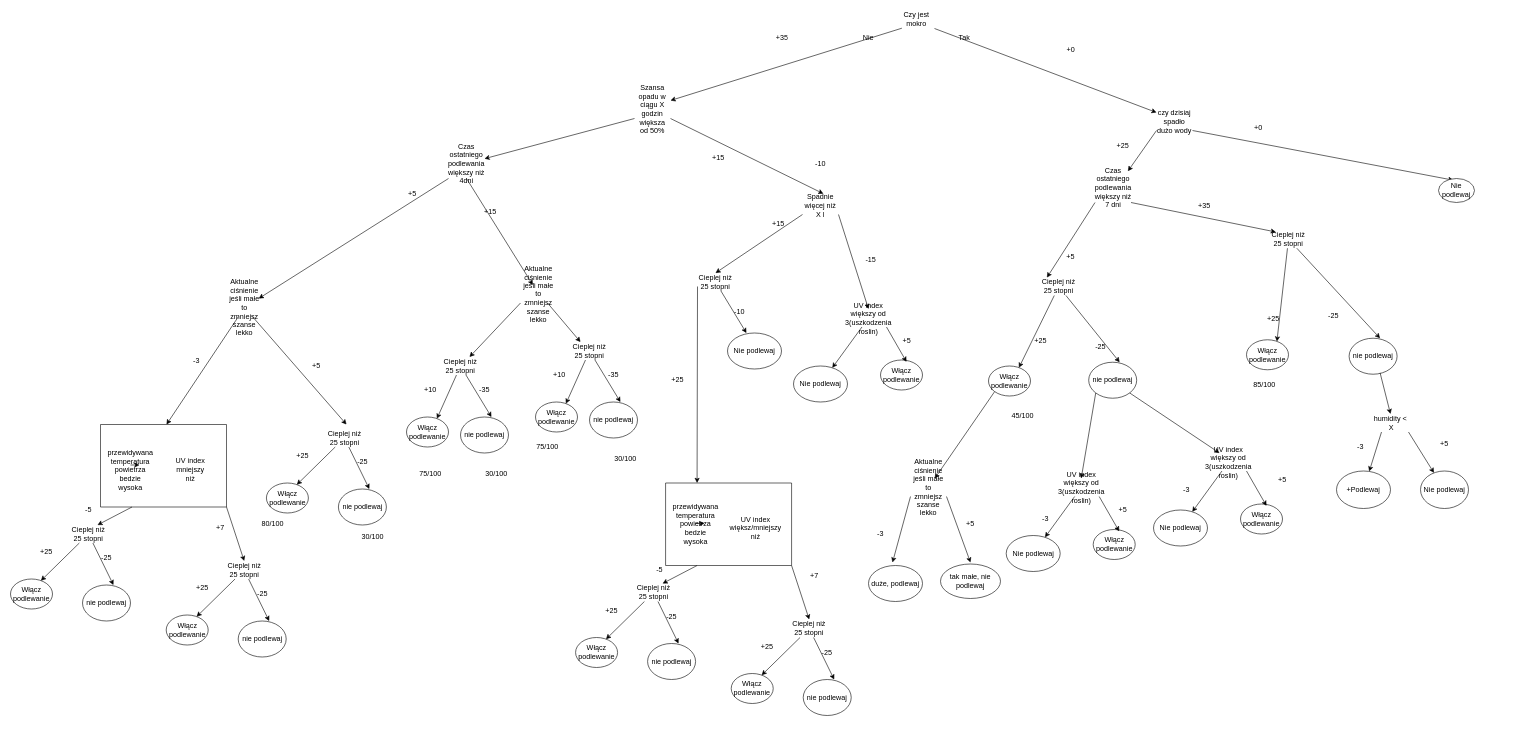
Earlier version of the draw.io diagram page "Diagram" (5 of 5) of conditional-probability.drawio (damiantomczyszyn/Irrigation-System). Source tidied: cells renumbered, new cells numbered last; positions are measured from the earlier drawing's top-left corner, leaving out a move shared by most shapes. Both pictures are drawn from the tidied source at 60%, with x=0, y=0 at pixel (10, 10).
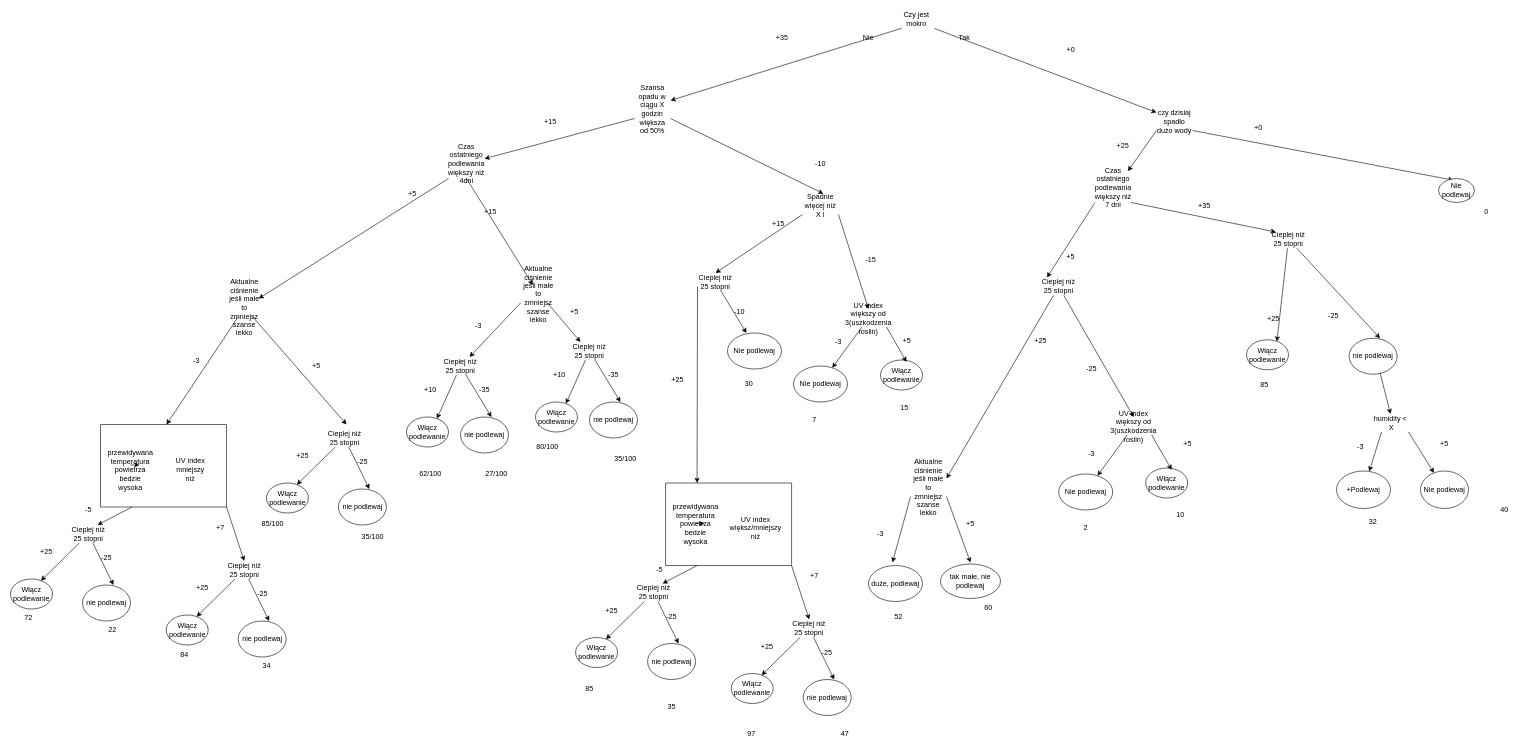
Above is the later version.

Commit message:
probability tree with sum and all values

The change refers to these unchanged cells:
```xml
<mxCell id="35" value="Cieplej niż 25 stopni" style="text;html=1;strokeColor=none;fillColor=none;align=center;verticalAlign=middle;whiteSpace=wrap;rounded=0;" parent="1" vertex="1">
  <mxGeometry x="1717" y="445" width="60" height="30" as="geometry" />
</mxCell>
<mxCell id="132" value="Aktualne ciśnienie jeśli małe to zmniejsz szanse lekko" style="text;html=1;strokeColor=none;fillColor=none;align=center;verticalAlign=middle;whiteSpace=wrap;rounded=0;" parent="1" vertex="1">
  <mxGeometry x="1500" y="780" width="60" height="30" as="geometry" />
</mxCell>
```

The edit, as a diff of the source:
```diff
@@
     <mxCell id="23" value="+15" style="text;html=1;strokeColor=none;fillColor=none;align=center;verticalAlign=middle;whiteSpace=wrap;rounded=0;" parent="1" vertex="1">
-      <mxGeometry x="1150" y="230" width="60" height="30" as="geometry" />
+      <mxGeometry x="870" y="170" width="60" height="30" as="geometry" />
     </mxCell>
@@
-    <mxCell id="36" style="endArrow=classic;html=1;rounded=0;entryX=0.645;entryY=0.001;entryDx=0;entryDy=0;entryPerimeter=0;" parent="1" edge="1" source="35" target="41">
+    <mxCell id="36" style="endArrow=classic;html=1;rounded=0;entryX=0.5;entryY=0;entryDx=0;entryDy=0;" parent="1" edge="1" source="35" target="121">
       <mxGeometry relative="1" as="geometry" />
     </mxCell>
-    <mxCell id="37" style="endArrow=classic;html=1;rounded=0;entryX=0.724;entryY=0.057;entryDx=0;entryDy=0;entryPerimeter=0;" parent="1" edge="1" source="35" target="38">
+    <mxCell id="37" style="endArrow=classic;html=1;rounded=0;entryX=1;entryY=0;entryDx=0;entryDy=0;" parent="1" edge="1" source="35" target="132">
       <mxGeometry relative="1" as="geometry" />
     </mxCell>
-    <mxCell id="38" value="Włącz podlewanie" style="ellipse;whiteSpace=wrap;html=1;" parent="1" vertex="1">
-      <mxGeometry x="1630" y="592.5" width="70" height="50" as="geometry" />
-    </mxCell>
@@
     <mxCell id="40" value="-25" style="text;html=1;strokeColor=none;fillColor=none;align=center;verticalAlign=middle;whiteSpace=wrap;rounded=0;" parent="1" vertex="1">
-      <mxGeometry x="1787" y="546.2" width="60" height="30" as="geometry" />
+      <mxGeometry x="1772" y="582.5" width="60" height="30" as="geometry" />
     </mxCell>
-    <mxCell id="41" value="nie podlewaj" style="ellipse;whiteSpace=wrap;html=1;" parent="1" vertex="1">
-      <mxGeometry x="1797" y="586.2" width="80" height="60" as="geometry" />
-    </mxCell>
@@
-    <mxCell id="62" value="75/100" style="text;html=1;strokeColor=none;fillColor=none;align=center;verticalAlign=middle;whiteSpace=wrap;rounded=0;" parent="1" vertex="1">
+    <mxCell id="62" value="80/100" style="text;html=1;strokeColor=none;fillColor=none;align=center;verticalAlign=middle;whiteSpace=wrap;rounded=0;" parent="1" vertex="1">
       <mxGeometry x="865" y="712.5" width="60" height="30" as="geometry" />
     </mxCell>
-    <mxCell id="63" value="30/100" style="text;html=1;strokeColor=none;fillColor=none;align=center;verticalAlign=middle;whiteSpace=wrap;rounded=0;" parent="1" vertex="1">
+    <mxCell id="63" value="35/100" style="text;html=1;strokeColor=none;fillColor=none;align=center;verticalAlign=middle;whiteSpace=wrap;rounded=0;" parent="1" vertex="1">
       <mxGeometry x="995" y="732.5" width="60" height="30" as="geometry" />
     </mxCell>
-    <mxCell id="64" value="45/100" style="text;html=1;strokeColor=none;fillColor=none;align=center;verticalAlign=middle;whiteSpace=wrap;rounded=0;" parent="1" vertex="1">
-      <mxGeometry x="1657" y="661.2" width="60" height="30" as="geometry" />
-    </mxCell>
-    <mxCell id="65" value="85/100" style="text;html=1;strokeColor=none;fillColor=none;align=center;verticalAlign=middle;whiteSpace=wrap;rounded=0;" parent="1" vertex="1">
+    <mxCell id="65" value="85" style="text;html=1;strokeColor=none;fillColor=none;align=center;verticalAlign=middle;whiteSpace=wrap;rounded=0;" parent="1" vertex="1">
       <mxGeometry x="2060" y="608.8" width="60" height="30" as="geometry" />
     </mxCell>
@@
-    <mxCell id="81" value="75/100" style="text;html=1;strokeColor=none;fillColor=none;align=center;verticalAlign=middle;whiteSpace=wrap;rounded=0;" parent="1" vertex="1">
+    <mxCell id="81" value="62/100" style="text;html=1;strokeColor=none;fillColor=none;align=center;verticalAlign=middle;whiteSpace=wrap;rounded=0;" parent="1" vertex="1">
       <mxGeometry x="670" y="757.5" width="60" height="30" as="geometry" />
     </mxCell>
-    <mxCell id="82" value="30/100" style="text;html=1;strokeColor=none;fillColor=none;align=center;verticalAlign=middle;whiteSpace=wrap;rounded=0;" parent="1" vertex="1">
+    <mxCell id="82" value="&lt;div&gt;27/100&lt;/div&gt;" style="text;html=1;strokeColor=none;fillColor=none;align=center;verticalAlign=middle;whiteSpace=wrap;rounded=0;" parent="1" vertex="1">
       <mxGeometry x="780" y="757.5" width="60" height="30" as="geometry" />
     </mxCell>
@@
-    <mxCell id="103" value="80/100" style="text;html=1;strokeColor=none;fillColor=none;align=center;verticalAlign=middle;whiteSpace=wrap;rounded=0;" parent="1" vertex="1">
+    <mxCell id="103" value="85/100" style="text;html=1;strokeColor=none;fillColor=none;align=center;verticalAlign=middle;whiteSpace=wrap;rounded=0;" parent="1" vertex="1">
       <mxGeometry x="406.5" y="840" width="60" height="30" as="geometry" />
     </mxCell>
-    <mxCell id="104" value="30/100" style="text;html=1;strokeColor=none;fillColor=none;align=center;verticalAlign=middle;whiteSpace=wrap;rounded=0;" parent="1" vertex="1">
+    <mxCell id="104" value="35/100" style="text;html=1;strokeColor=none;fillColor=none;align=center;verticalAlign=middle;whiteSpace=wrap;rounded=0;" parent="1" vertex="1">
       <mxGeometry x="573.5" y="862.5" width="60" height="30" as="geometry" />
     </mxCell>
@@
     <mxCell id="120" value="Nie podlewaj" style="ellipse;whiteSpace=wrap;html=1;" parent="1" vertex="1">
-      <mxGeometry x="1905" y="832.5" width="90" height="60" as="geometry" />
+      <mxGeometry x="1747" y="772.5" width="90" height="60" as="geometry" />
     </mxCell>
     <mxCell id="121" value="UV index większy od 3(uszkodzenia roslin)" style="text;html=1;strokeColor=none;fillColor=none;align=center;verticalAlign=middle;whiteSpace=wrap;rounded=0;" parent="1" vertex="1">
-      <mxGeometry x="2000" y="737.5" width="60" height="30" as="geometry" />
+      <mxGeometry x="1842" y="677.5" width="60" height="30" as="geometry" />
     </mxCell>
@@
     <mxCell id="123" value="Włącz podlewanie" style="ellipse;whiteSpace=wrap;html=1;" parent="1" vertex="1">
-      <mxGeometry x="2050" y="822.5" width="70" height="50" as="geometry" />
+      <mxGeometry x="1892" y="762.5" width="70" height="50" as="geometry" />
     </mxCell>
@@
-    <mxCell id="125" value="Nie podlewaj" style="ellipse;whiteSpace=wrap;html=1;" parent="1" vertex="1">
-      <mxGeometry x="1659.5" y="875" width="90" height="60" as="geometry" />
-    </mxCell>
-    <mxCell id="126" value="UV index większy od 3(uszkodzenia roslin)" style="text;html=1;strokeColor=none;fillColor=none;align=center;verticalAlign=middle;whiteSpace=wrap;rounded=0;" parent="1" vertex="1">
-      <mxGeometry x="1754.5" y="780" width="60" height="30" as="geometry" />
-    </mxCell>
-    <mxCell id="127" style="endArrow=classic;html=1;rounded=0;" parent="1" edge="1" source="126" target="125">
-      <mxGeometry relative="1" as="geometry" />
-    </mxCell>
-    <mxCell id="128" value="Włącz podlewanie" style="ellipse;whiteSpace=wrap;html=1;" parent="1" vertex="1">
-      <mxGeometry x="1804.5" y="865" width="70" height="50" as="geometry" />
-    </mxCell>
-    <mxCell id="129" style="endArrow=classic;html=1;rounded=0;exitX=1;exitY=1;exitDx=0;exitDy=0;entryX=0.619;entryY=0.061;entryDx=0;entryDy=0;entryPerimeter=0;" parent="1" edge="1" source="126" target="128">
-      <mxGeometry relative="1" as="geometry" />
-    </mxCell>
-    <mxCell id="130" style="endArrow=classic;html=1;rounded=0;exitX=1;exitY=1;exitDx=0;exitDy=0;entryX=0.25;entryY=0;entryDx=0;entryDy=0;" parent="1" edge="1" source="41" target="121">
-      <mxGeometry relative="1" as="geometry" />
-    </mxCell>
-    <mxCell id="131" style="endArrow=classic;html=1;rounded=0;exitX=0;exitY=1;exitDx=0;exitDy=0;entryX=0.5;entryY=0;entryDx=0;entryDy=0;" parent="1" edge="1" source="41" target="126">
-      <mxGeometry relative="1" as="geometry" />
-    </mxCell>
@@
-    <mxCell id="133" style="endArrow=classic;html=1;rounded=0;exitX=0;exitY=1;exitDx=0;exitDy=0;" parent="1" edge="1" source="38" target="132">
-      <mxGeometry relative="1" as="geometry" />
-    </mxCell>
@@
-    <mxCell id="160" value="+5" style="text;html=1;strokeColor=none;fillColor=none;align=center;verticalAlign=middle;whiteSpace=wrap;rounded=0;" parent="1" vertex="1">
-      <mxGeometry x="1824" y="817.5" width="60" height="30" as="geometry" />
-    </mxCell>
     <mxCell id="161" value="+5" style="text;html=1;strokeColor=none;fillColor=none;align=center;verticalAlign=middle;whiteSpace=wrap;rounded=0;" parent="1" vertex="1">
-      <mxGeometry x="2090" y="767.5" width="60" height="30" as="geometry" />
+      <mxGeometry x="1932" y="707.5" width="60" height="30" as="geometry" />
     </mxCell>
@@
-    <mxCell id="167" value="-3" style="text;html=1;strokeColor=none;fillColor=none;align=center;verticalAlign=middle;whiteSpace=wrap;rounded=0;" parent="1" vertex="1">
-      <mxGeometry x="1694.5" y="832.5" width="60" height="30" as="geometry" />
-    </mxCell>
     <mxCell id="168" value="-3" style="text;html=1;strokeColor=none;fillColor=none;align=center;verticalAlign=middle;whiteSpace=wrap;rounded=0;" parent="1" vertex="1">
-      <mxGeometry x="1930" y="783.8" width="60" height="30" as="geometry" />
+      <mxGeometry x="1772" y="723.8" width="60" height="30" as="geometry" />
     </mxCell>
@@
+    <mxCell id="160" value="+5" style="text;html=1;strokeColor=none;fillColor=none;align=center;verticalAlign=middle;whiteSpace=wrap;rounded=0;" parent="1" vertex="1">
+      <mxGeometry x="910" y="487.5" width="60" height="30" as="geometry" />
+    </mxCell>
+    <mxCell id="174" value="-3" style="text;html=1;strokeColor=none;fillColor=none;align=center;verticalAlign=middle;whiteSpace=wrap;rounded=0;" parent="1" vertex="1">
+      <mxGeometry x="750" y="510" width="60" height="30" as="geometry" />
+    </mxCell>
+    <mxCell id="175" value="0" style="text;html=1;strokeColor=none;fillColor=none;align=center;verticalAlign=middle;whiteSpace=wrap;rounded=0;" parent="1" vertex="1">
+      <mxGeometry x="2430" y="320" width="60" height="30" as="geometry" />
+    </mxCell>
+    <mxCell id="176" value="40" style="text;html=1;strokeColor=none;fillColor=none;align=center;verticalAlign=middle;whiteSpace=wrap;rounded=0;" parent="1" vertex="1">
+      <mxGeometry x="2460" y="817.5" width="60" height="30" as="geometry" />
+    </mxCell>
+    <mxCell id="177" value="32" style="text;html=1;strokeColor=none;fillColor=none;align=center;verticalAlign=middle;whiteSpace=wrap;rounded=0;" parent="1" vertex="1">
+      <mxGeometry x="2241" y="837.5" width="60" height="30" as="geometry" />
+    </mxCell>
+    <mxCell id="178" value="10" style="text;html=1;strokeColor=none;fillColor=none;align=center;verticalAlign=middle;whiteSpace=wrap;rounded=0;" parent="1" vertex="1">
+      <mxGeometry x="1920" y="825" width="60" height="30" as="geometry" />
+    </mxCell>
+    <mxCell id="179" value="2" style="text;html=1;strokeColor=none;fillColor=none;align=center;verticalAlign=middle;whiteSpace=wrap;rounded=0;" parent="1" vertex="1">
+      <mxGeometry x="1762" y="847.5" width="60" height="30" as="geometry" />
+    </mxCell>
+    <mxCell id="180" value="60" style="text;html=1;strokeColor=none;fillColor=none;align=center;verticalAlign=middle;whiteSpace=wrap;rounded=0;" parent="1" vertex="1">
+      <mxGeometry x="1600" y="980" width="60" height="30" as="geometry" />
+    </mxCell>
+    <mxCell id="181" value="52" style="text;html=1;strokeColor=none;fillColor=none;align=center;verticalAlign=middle;whiteSpace=wrap;rounded=0;" parent="1" vertex="1">
+      <mxGeometry x="1450" y="995" width="60" height="30" as="geometry" />
+    </mxCell>
+    <mxCell id="182" value="15" style="text;html=1;strokeColor=none;fillColor=none;align=center;verticalAlign=middle;whiteSpace=wrap;rounded=0;" parent="1" vertex="1">
+      <mxGeometry x="1460" y="647.5" width="60" height="30" as="geometry" />
+    </mxCell>
+    <mxCell id="183" value="7" style="text;html=1;strokeColor=none;fillColor=none;align=center;verticalAlign=middle;whiteSpace=wrap;rounded=0;" parent="1" vertex="1">
+      <mxGeometry x="1310" y="667.5" width="60" height="30" as="geometry" />
+    </mxCell>
+    <mxCell id="184" value="-3" style="text;html=1;strokeColor=none;fillColor=none;align=center;verticalAlign=middle;whiteSpace=wrap;rounded=0;" parent="1" vertex="1">
+      <mxGeometry x="1350" y="537.5" width="60" height="30" as="geometry" />
+    </mxCell>
+    <mxCell id="185" value="30" style="text;html=1;strokeColor=none;fillColor=none;align=center;verticalAlign=middle;whiteSpace=wrap;rounded=0;" parent="1" vertex="1">
+      <mxGeometry x="1201.2" y="607.5" width="60" height="30" as="geometry" />
+    </mxCell>
+    <mxCell id="186" value="47" style="text;html=1;strokeColor=none;fillColor=none;align=center;verticalAlign=middle;whiteSpace=wrap;rounded=0;" parent="1" vertex="1">
+      <mxGeometry x="1361.2" y="1190" width="60" height="30" as="geometry" />
+    </mxCell>
+    <mxCell id="187" value="97" style="text;html=1;strokeColor=none;fillColor=none;align=center;verticalAlign=middle;whiteSpace=wrap;rounded=0;" parent="1" vertex="1">
+      <mxGeometry x="1205" y="1190" width="60" height="30" as="geometry" />
+    </mxCell>
+    <mxCell id="188" value="35" style="text;html=1;strokeColor=none;fillColor=none;align=center;verticalAlign=middle;whiteSpace=wrap;rounded=0;" parent="1" vertex="1">
+      <mxGeometry x="1071.8" y="1145" width="60" height="30" as="geometry" />
+    </mxCell>
+    <mxCell id="189" value="85" style="text;html=1;strokeColor=none;fillColor=none;align=center;verticalAlign=middle;whiteSpace=wrap;rounded=0;" parent="1" vertex="1">
+      <mxGeometry x="935" y="1115" width="60" height="30" as="geometry" />
+    </mxCell>
+    <mxCell id="190" value="84" style="text;html=1;strokeColor=none;fillColor=none;align=center;verticalAlign=middle;whiteSpace=wrap;rounded=0;" parent="1" vertex="1">
+      <mxGeometry x="260" y="1059" width="60" height="30" as="geometry" />
+    </mxCell>
+    <mxCell id="191" value="34" style="text;html=1;strokeColor=none;fillColor=none;align=center;verticalAlign=middle;whiteSpace=wrap;rounded=0;" parent="1" vertex="1">
+      <mxGeometry x="396.5" y="1077.5" width="60" height="30" as="geometry" />
+    </mxCell>
+    <mxCell id="192" value="72" style="text;html=1;strokeColor=none;fillColor=none;align=center;verticalAlign=middle;whiteSpace=wrap;rounded=0;" parent="1" vertex="1">
+      <mxGeometry y="997.5" width="60" height="30" as="geometry" />
+    </mxCell>
+    <mxCell id="193" value="22" style="text;html=1;strokeColor=none;fillColor=none;align=center;verticalAlign=middle;whiteSpace=wrap;rounded=0;" parent="1" vertex="1">
+      <mxGeometry x="140" y="1017.5" width="60" height="30" as="geometry" />
+    </mxCell>
```
